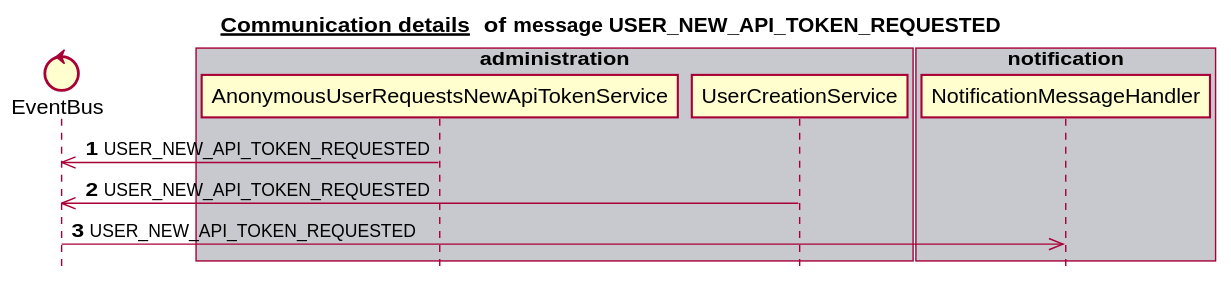
mercedes-benz/sechub keeps this PlantUML diagram as docs/latest/images/gen_domain_messaging_user_new_api_token_requested.svg. Above is the earlier version.
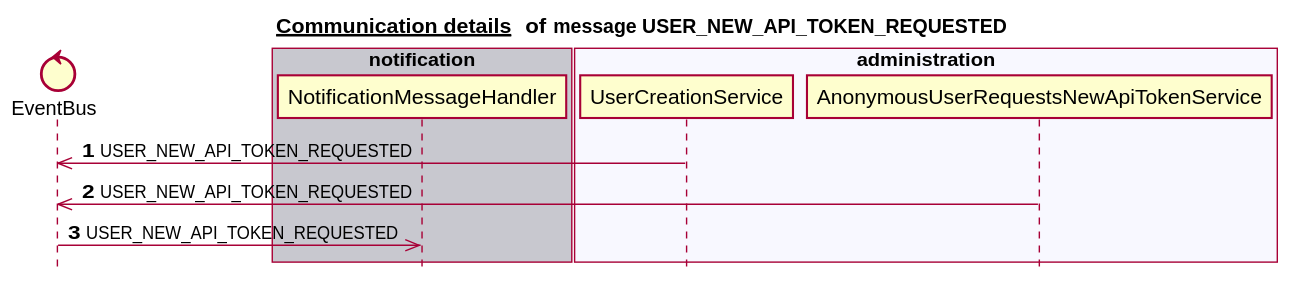
Above is the later version.

What changed in the source:
```diff
@@ -6,22 +6,22 @@
 
 
 control EventBus
-box "authorization" #C8C8CF
+box "schedule" #C8C8CF
 end box
 box "scan" #F8F8FF
-end box
-box "administration" #C8C8CF
-   participant AnonymousUserRequestsNewApiTokenService
-   participant UserCreationService
-end box
-box "schedule" #F8F8FF
 end box
 box "notification" #C8C8CF
    participant NotificationMessageHandler
 end box
+box "administration" #F8F8FF
+   participant UserCreationService
+   participant AnonymousUserRequestsNewApiTokenService
+end box
+box "authorization" #C8C8CF
+end box
 autonumber 1
+UserCreationService ->> EventBus:USER_NEW_API_TOKEN_REQUESTED
 AnonymousUserRequestsNewApiTokenService ->> EventBus:USER_NEW_API_TOKEN_REQUESTED
-UserCreationService ->> EventBus:USER_NEW_API_TOKEN_REQUESTED
 EventBus ->> NotificationMessageHandler:USER_NEW_API_TOKEN_REQUESTED
 autonumber stop
 
```
